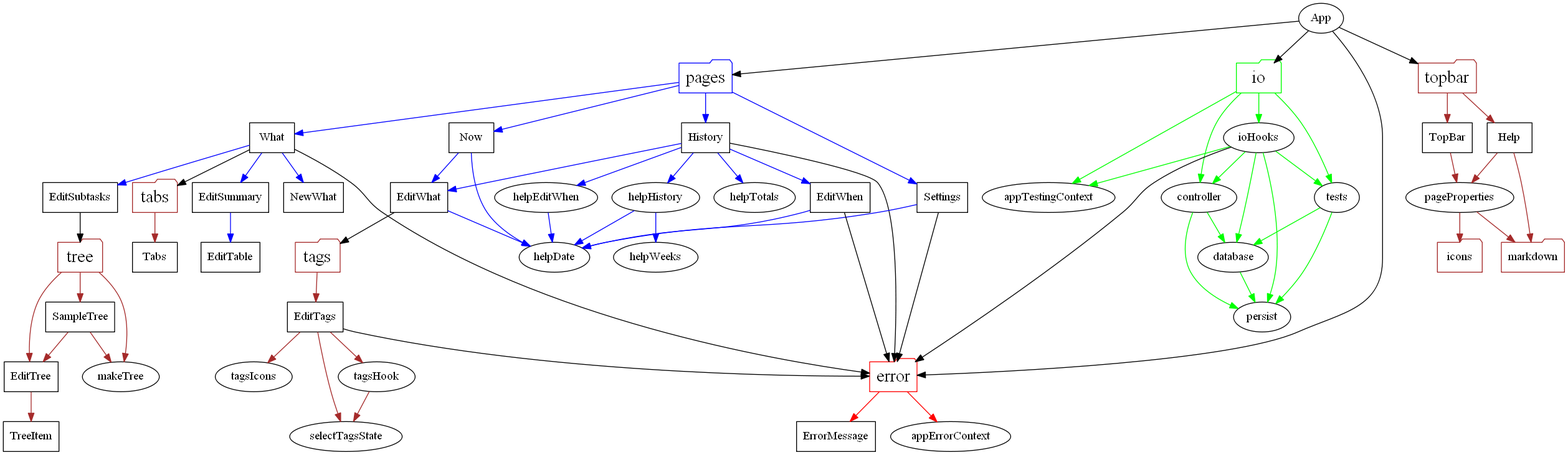
Above: dependencies/dependencies_2.png in cwellsx/time (Graphviz), before the change. Its source is kept beside it as dependencies/dependencies_2.dot.
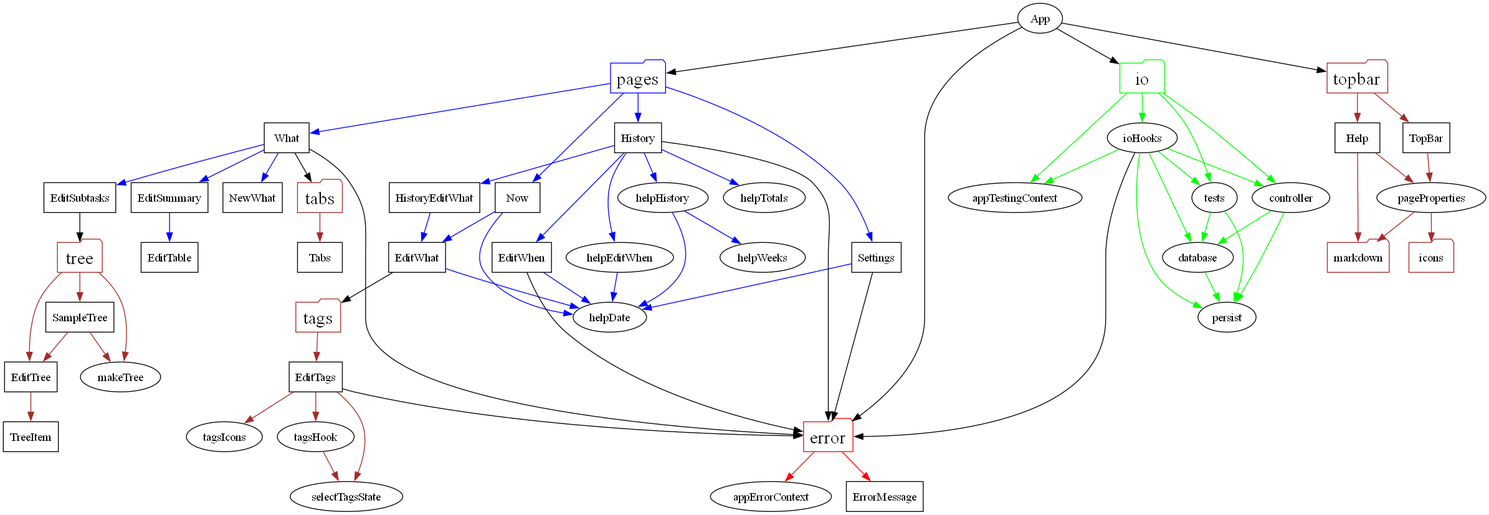
After the change.

Commit message:
Don't rerender history when editing text

What changed in the source:
```diff
@@ -31,6 +31,7 @@
   "What" [shape=rect];
   "History" [shape=rect];
   "Settings" [shape=rect];
+  "HistoryEditWhat" [shape=rect];
   "EditWhat" [shape=rect];
   "EditWhen" [shape=rect];
   "EditTable" [shape=rect];
@@ -45,7 +46,8 @@
   "What" -> {"NewWhat" "EditSummary" "EditSubtasks"} [color=blue];
   "EditSummary" -> {"EditTable"} [color=blue];
   "EditSubtasks" -> {"tree"};
-  "History" -> {"helpHistory" "helpTotals" "EditWhat" "EditWhen" "helpEditWhen"} [color=blue];
+  "History" -> {"helpHistory" "helpTotals" "HistoryEditWhat" "EditWhen" "helpEditWhen"} [color=blue];
+  "HistoryEditWhat" -> {"EditWhat"} [color=blue];
   "History" -> {"error"};
   "Settings" -> {"helpDate"} [color=blue];
   "Settings" -> {"error"};
```
